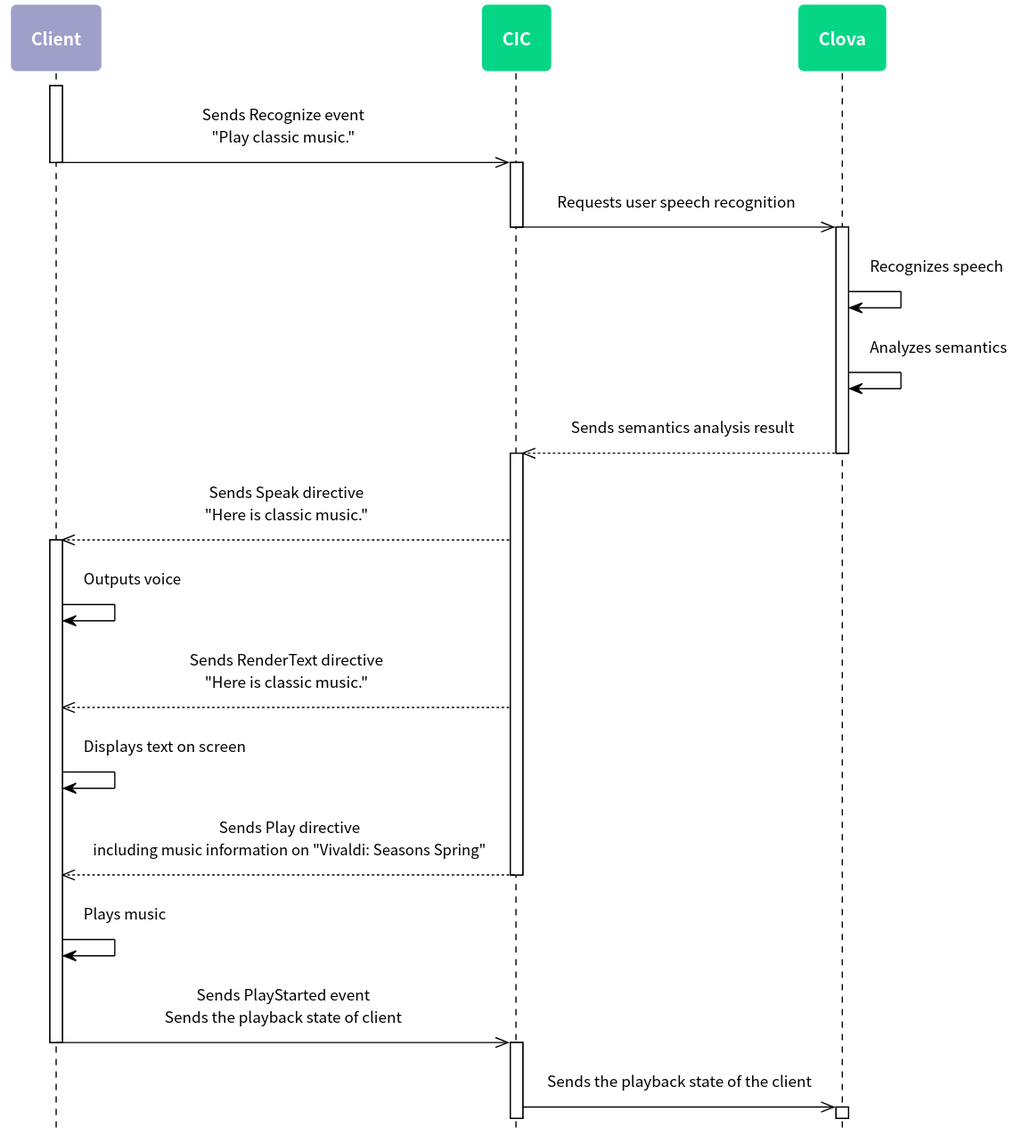
Earlier version of the PlantUML export en-KR/Develop/Assets/Images/CIC_Interaction_Example_in_Sequence_Diagram.svg (muchokwon/clova-client-developer-guide).
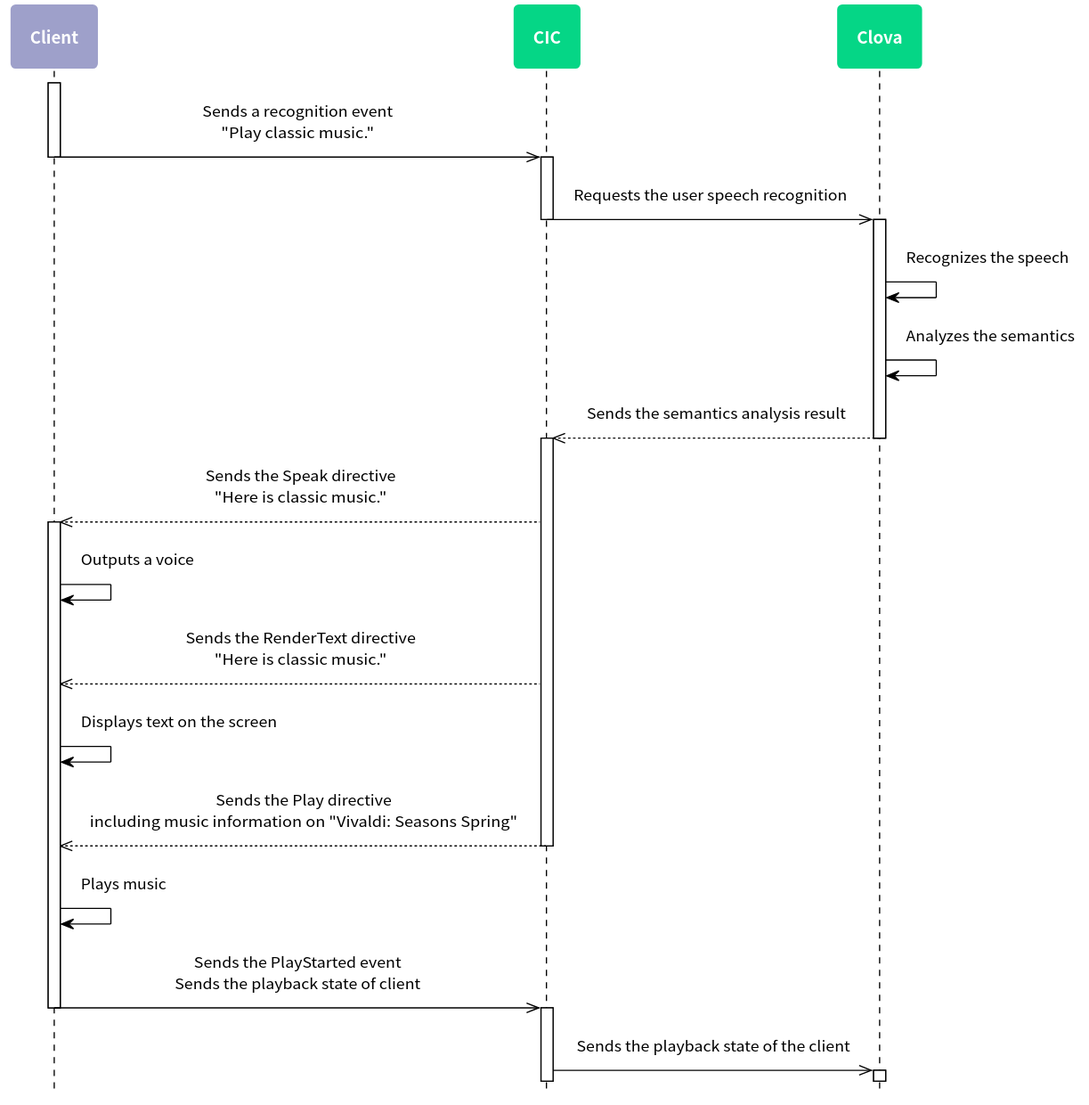
The same file after the commit.

Change to the diagram source:
```diff
@@ -54,32 +54,32 @@
 participant Clova as clova #05D686
 
 activate client
-  client ->> cic: Sends Recognize event\n"Play classic music."
+  client ->> cic: Sends a recognition event\n"Play classic music."
 deactivate client
 
 activate  cic
-  cic ->> clova: Requests user speech recognition
+  cic ->> clova: Requests the user speech recognition
 deactivate cic
 
 activate clova
-  clova -> clova: Recognizes speech
+  clova -> clova: Recognizes the speech
 
-  clova -> clova: Analyzes semantics
-  clova -->> cic: Sends semantics analysis result
+  clova -> clova: Analyzes the semantics
+  clova -->> cic: Sends the semantics analysis result
 deactivate clova
 
 activate cic
-  cic -->> client: Sends Speak directive\n"Here is classic music."
+  cic -->> client: Sends the Speak directive\n"Here is classic music."
 
 activate client
-  client -> client: Outputs voice
-  cic -->> client: Sends RenderText directive\n"Here is classic music."
-  client -> client: Displays text on screen
-  cic -->> client: Sends Play directive\nincluding music information on "Vivaldi: Seasons Spring"
+  client -> client: Outputs a voice
+  cic -->> client: Sends the RenderText directive\n"Here is classic music."
+  client -> client: Displays text on the screen
+  cic -->> client: Sends the Play directive\nincluding music information on "Vivaldi: Seasons Spring"
 deactivate cic
   client -> client: Plays music
 
-  client ->> cic: Sends PlayStarted event\nSends the playback state of client
+  client ->> cic: Sends the PlayStarted event\nSends the playback state of client
 
 deactivate client
 
```
